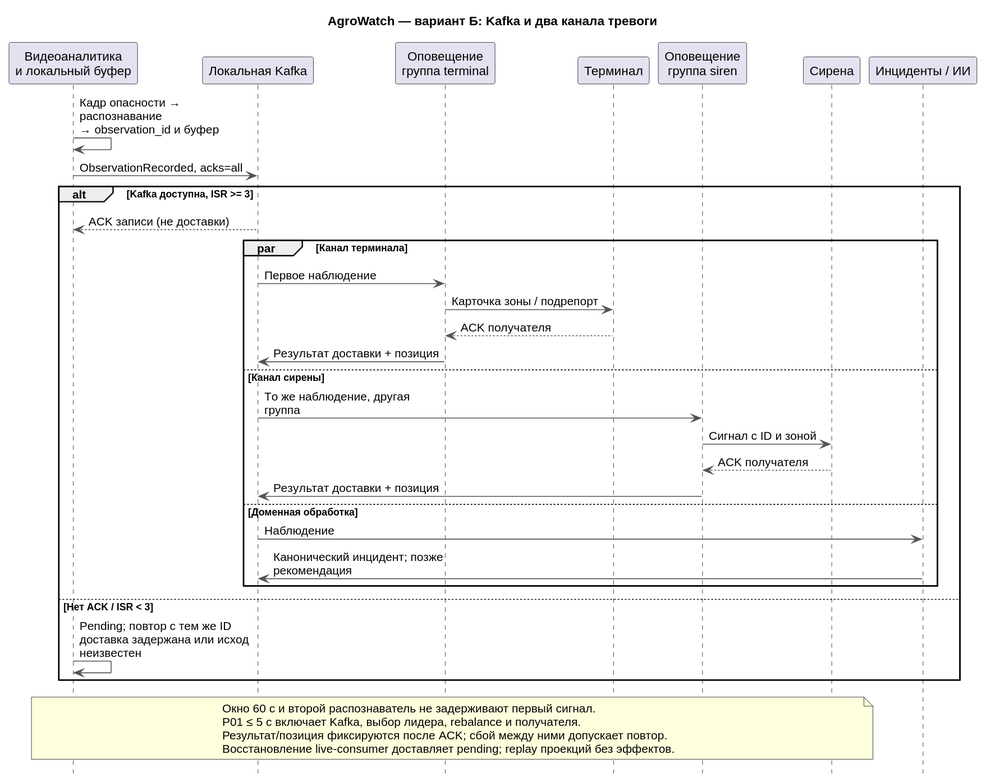
This is Task3/diagrams/alert-dynamics.svg from rozhkovsvyat/MSA-AgroTech, a PlantUML export, as it was before one commit.
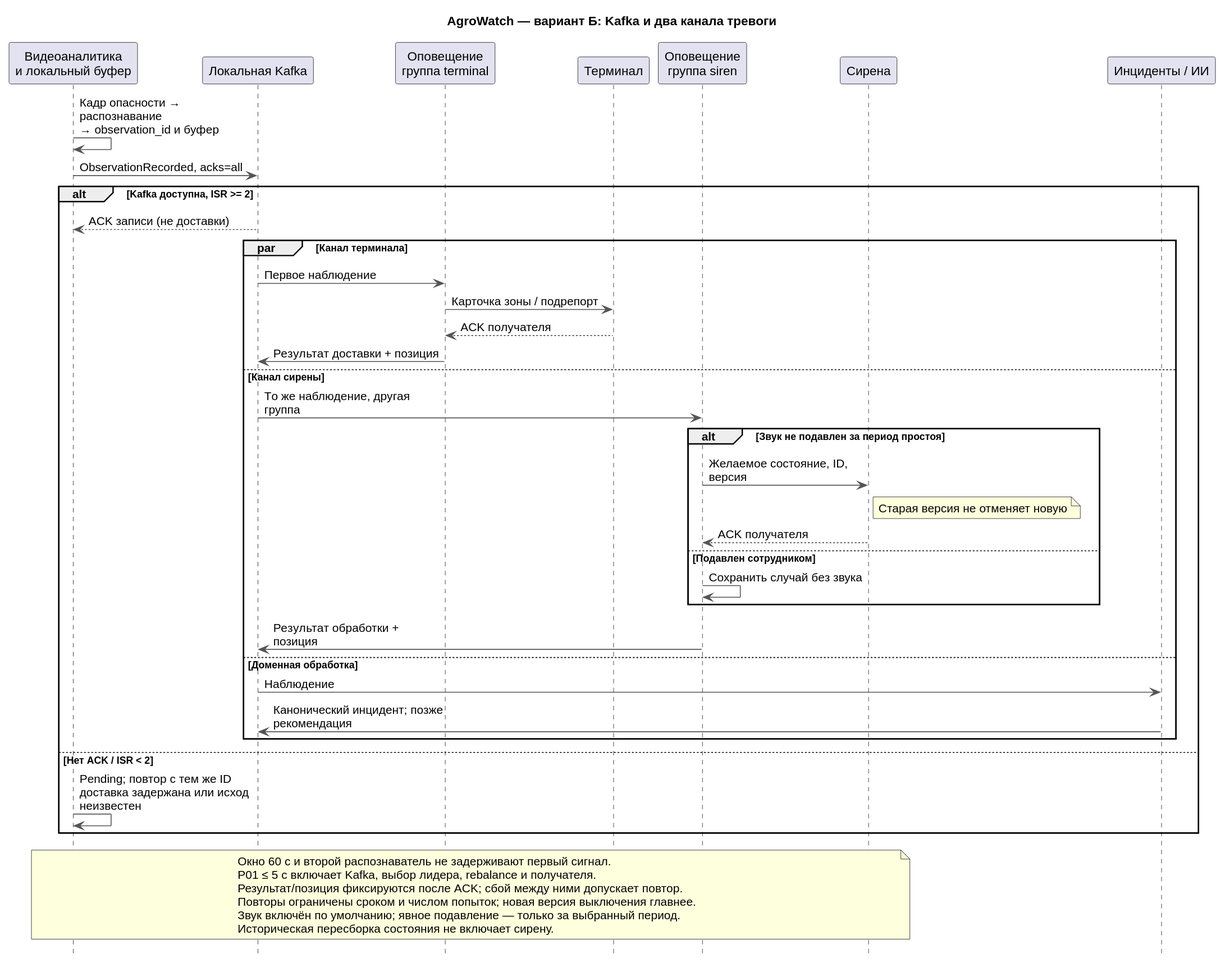
The same file after the commit.

What changed in the source:
```diff
@@ -20,7 +20,7 @@
 participant "Инциденты / ИИ" as i
 v -> v : Кадр опасности → распознавание\n→ observation_id и буфер
 v -> k : ObservationRecorded, acks=all
-alt Kafka доступна, ISR >= 3
+alt Kafka доступна, ISR >= 2
  k --> v : ACK записи (не доставки)
  par Канал терминала
   k -> nt : Первое наблюдение
@@ -29,20 +29,27 @@
   nt -> k : Результат доставки + позиция
  else Канал сирены
   k -> ns : То же наблюдение, другая группа
-  ns -> s : Сигнал с ID и зоной
-  s --> ns : ACK получателя
-  ns -> k : Результат доставки + позиция
+  alt Звук не подавлен за период простоя
+   ns -> s : Желаемое состояние, ID, версия
+   note right of s : Старая версия не отменяет новую
+   s --> ns : ACK получателя
+  else Подавлен сотрудником
+   ns -> ns : Сохранить случай без звука
+  end
+  ns -> k : Результат обработки + позиция
  else Доменная обработка
   k -> i : Наблюдение
   i -> k : Канонический инцидент; позже рекомендация
  end
-else Нет ACK / ISR < 3
+else Нет ACK / ISR < 2
  v -> v : Pending; повтор с тем же ID\nдоставка задержана или исход неизвестен
 end
 note over v,s
 Окно 60 с и второй распознаватель не задерживают первый сигнал.
 P01 ≤ 5 с включает Kafka, выбор лидера, rebalance и получателя.
 Результат/позиция фиксируются после ACK; сбой между ними допускает повтор.
-Восстановление live-consumer доставляет pending; replay проекций без эффектов.
+Повторы ограничены сроком и числом попыток; новая версия выключения главнее.
+Звук включён по умолчанию; явное подавление — только за выбранный период.
+Историческая пересборка состояния не включает сирену.
 end note
 @enduml
```
